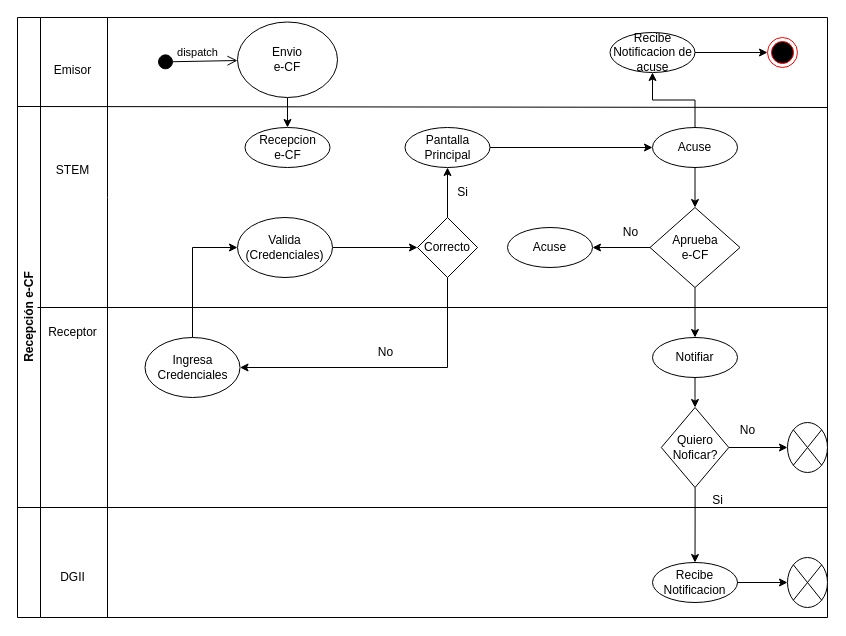
eduardfortunatoabreu/Diagramas keeps this draw.io diagram as Vistas de Proceso.drawio. Above is the earlier version. Source tidied: cells renumbered, new cells numbered last; positions are measured from the earlier drawing's top-left corner, leaving out a move shared by most shapes. Both pictures are drawn from the tidied source at 100%, with x=0, y=0 at pixel (17, 17).
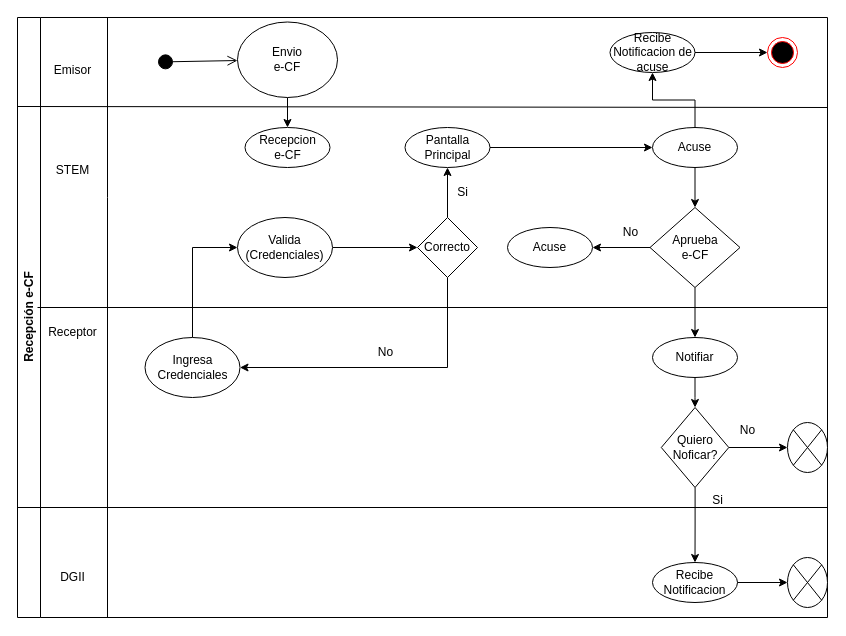
The same diagram, later.

Unchanged cells that the change refers to:
```xml
<mxCell id="2" value="Recepción e-CF" style="swimlane;horizontal=0;whiteSpace=wrap;html=1;" parent="1" vertex="1">
  <mxGeometry width="810" height="600" as="geometry" />
</mxCell>
<mxCell id="11" value="Envio&lt;br&gt;e-CF" style="ellipse;whiteSpace=wrap;html=1;" parent="2" vertex="1">
  <mxGeometry x="220" y="4.5" width="100" height="75.5" as="geometry" />
</mxCell>
```

Change to the diagram source:
```diff
@@
-    <mxCell id="9" value="dispatch" style="html=1;verticalAlign=bottom;startArrow=circle;startFill=1;endArrow=open;startSize=6;endSize=8;curved=0;rounded=0;" parent="2" edge="1" target="11">
+    <mxCell id="9" style="html=1;verticalAlign=bottom;startArrow=circle;startFill=1;endArrow=open;startSize=6;endSize=8;curved=0;rounded=0;" parent="2" edge="1" target="11">
       <mxGeometry relative="1" as="geometry">
         <mxPoint x="140" y="44.5" as="sourcePoint" />
       </mxGeometry>
     </mxCell>
```
